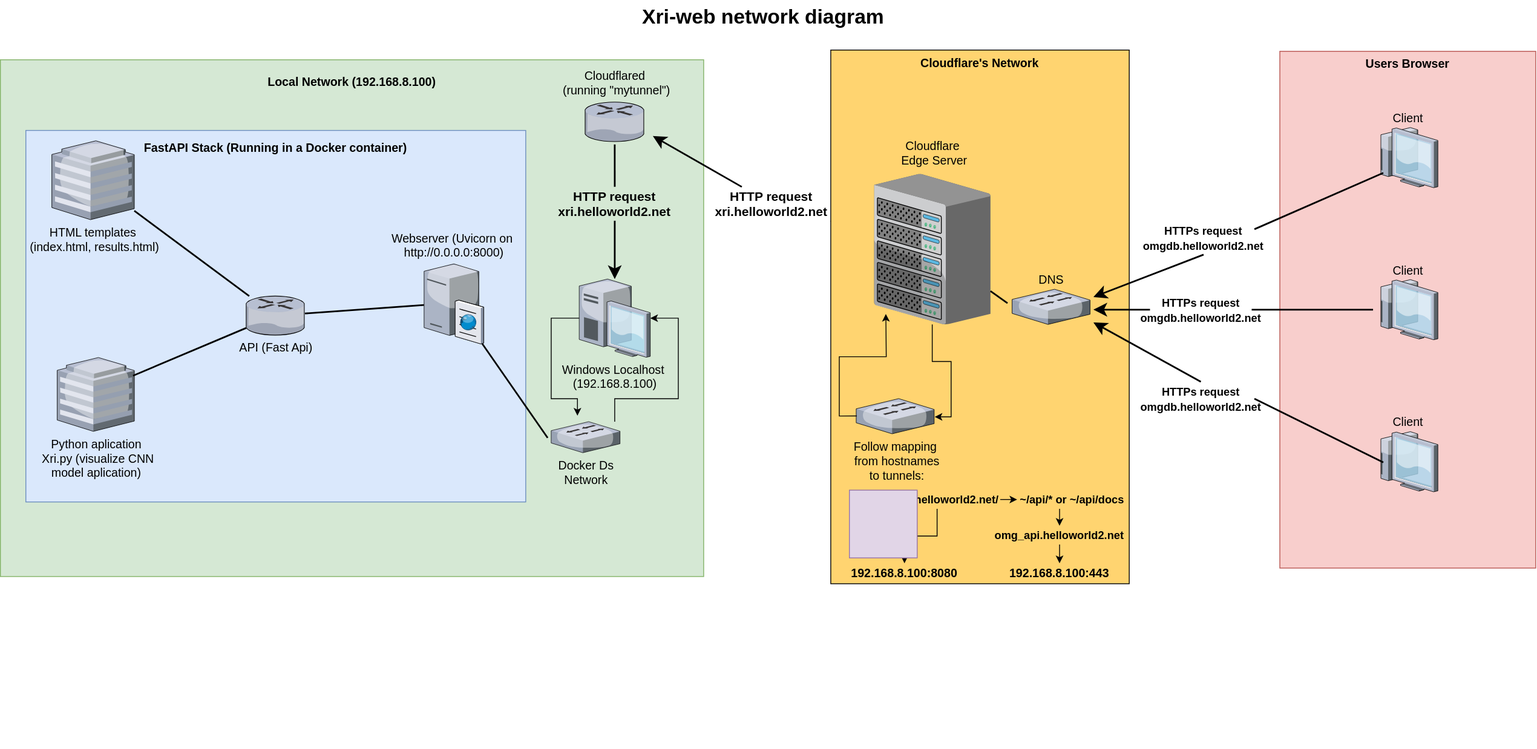
Above: blueprint/network-diagram.drawio.svg in jmsaRuc/CITP_Portfolio_Project (draw.io), before the change. Source tidied: cells renumbered, new cells last; positions are measured from the earlier drawing's top-left corner, leaving out a move shared by most shapes.
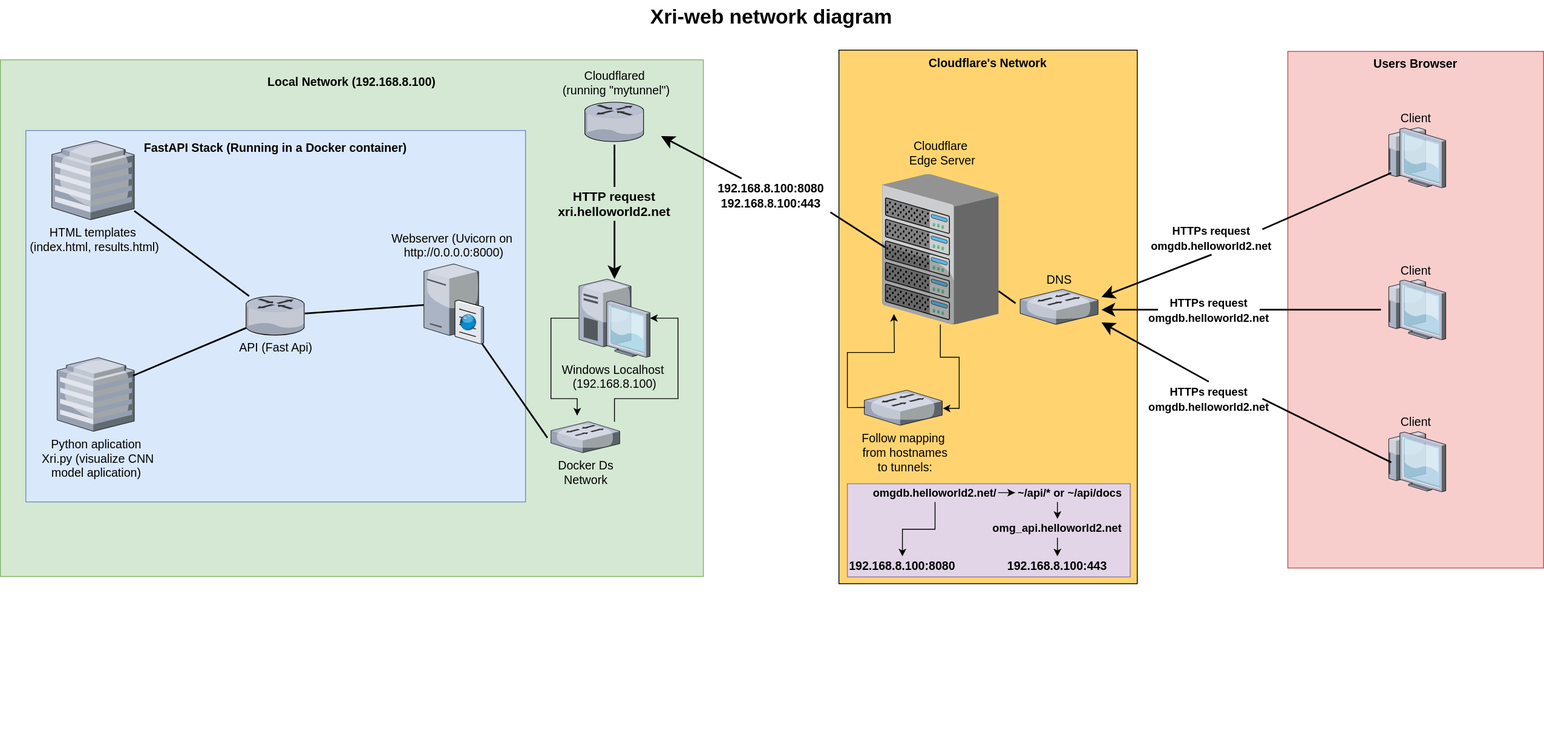
The same file after the commit.

The edit, as a diff of the source:
```diff
@@ -23,7 +23,7 @@
       </mxGeometry>
     </mxCell>
     <mxCell id="8" style="group;" parent="1" vertex="1">
-      <mxGeometry y="70" width="830" height="813.4" as="geometry" />
+      <mxGeometry x="-10" y="70" width="830" height="813.4" as="geometry" />
     </mxCell>
     <mxCell id="9" value="&lt;h4 style=&quot;line-height: 0%;&quot;&gt;Local Network (192.168.8.100)&lt;/h4&gt;" style="whiteSpace=wrap;html=1;fillColor=#d5e8d4;fontSize=14;strokeColor=#82b366;verticalAlign=top;" parent="8" vertex="1">
       <mxGeometry width="830" height="610" as="geometry" />
@@ -100,12 +100,9 @@
     <mxCell id="28" value="Xri-web network diagram" style="text;strokeColor=none;fillColor=none;html=1;fontSize=24;fontStyle=1;verticalAlign=middle;align=center;" parent="1" vertex="1">
       <mxGeometry x="469" width="861" height="40" as="geometry" />
     </mxCell>
-    <mxCell id="29" value="HTTP request&lt;br&gt;xri.helloworld2.net" style="text;html=1;strokeColor=none;fillColor=none;align=center;verticalAlign=middle;whiteSpace=wrap;rounded=0;fontStyle=1;fontSize=15;" parent="1" vertex="1">
-      <mxGeometry x="840" y="220" width="140" height="40" as="geometry" />
+    <mxCell id="29" value="&lt;b style=&quot;font-size: 14px;&quot;&gt;192.168.8.100:8080&lt;/b&gt;&lt;br style=&quot;font-size: 13px;&quot;&gt;&lt;b style=&quot;font-size: 14px;&quot;&gt;192.168.8.100:443&lt;/b&gt;" style="text;html=1;strokeColor=none;fillColor=none;align=center;verticalAlign=middle;whiteSpace=wrap;rounded=0;fontStyle=1;fontSize=15;" parent="1" vertex="1">
+      <mxGeometry x="830" y="210" width="140" height="40" as="geometry" />
     </mxCell>
-    <mxCell id="30" style="edgeStyle=none;rounded=0;html=1;startSize=10;endSize=10;jettySize=auto;fontSize=14;endArrow=none;endFill=0;strokeWidth=2;entryX=0.025;entryY=0.487;entryDx=0;entryDy=0;entryPerimeter=0;exitX=1;exitY=1;exitDx=0;exitDy=0;" parent="1" edge="1" source="29" target="34">
-      <mxGeometry relative="1" as="geometry" />
-    </mxCell>
     <mxCell id="31" style="edgeStyle=none;rounded=0;html=1;startSize=10;endSize=10;jettySize=auto;fontSize=14;endArrow=classic;endFill=1;strokeWidth=2;exitX=0.25;exitY=0;exitDx=0;exitDy=0;" parent="1" edge="1" source="29">
       <mxGeometry relative="1" as="geometry">
         <mxPoint x="770" y="160" as="targetPoint" />
@@ -121,7 +118,7 @@
       <mxGeometry x="1031" y="204.9" width="137.5" height="177.5" as="geometry" />
     </mxCell>
     <mxCell id="35" value="Follow mapping&lt;br&gt;&amp;nbsp;from hostnames&lt;br&gt;&amp;nbsp;to tunnels:" style="verticalLabelPosition=bottom;html=1;verticalAlign=top;strokeColor=none;shape=mxgraph.citrix.switch;fillColor=#66B2FF;gradientColor=#0066CC;fontSize=14;" parent="1" vertex="1">
-      <mxGeometry x="1010" y="470" width="92" height="41.5" as="geometry" />
+      <mxGeometry x="1010" y="460" width="92" height="41.5" as="geometry" />
     </mxCell>
     <mxCell id="36" style="edgeStyle=orthogonalEdgeStyle;rounded=0;jettySize=auto;html=1;exitX=0.008;exitY=0.493;exitDx=0;exitDy=0;exitPerimeter=0;" parent="1" edge="1" source="35">
       <mxGeometry relative="1" as="geometry">
@@ -131,15 +128,6 @@
     <mxCell id="37" style="edgeStyle=none;rounded=0;html=1;startSize=10;endSize=10;jettySize=auto;fontSize=14;endArrow=none;endFill=0;strokeWidth=2;entryX=-0.059;entryY=0.398;entryDx=0;entryDy=0;entryPerimeter=0;" parent="1" edge="1" source="34" target="33">
       <mxGeometry relative="1" as="geometry" />
     </mxCell>
-    <mxCell id="38" value="&lt;span style=&quot;font-size: 14px; background-color: initial;&quot;&gt;&lt;b&gt;192.168.8.100:8080&lt;/b&gt;&lt;/span&gt;&lt;span style=&quot;font-size: 14px;&quot;&gt;&lt;b&gt;&lt;br&gt;&lt;/b&gt;&lt;/span&gt;" style="text;html=1;strokeColor=none;fillColor=none;align=center;verticalAlign=middle;whiteSpace=wrap;rounded=0;" parent="1" vertex="1">
-      <mxGeometry x="1002" y="664.2" width="130" height="24.2" as="geometry" />
-    </mxCell>
-    <mxCell id="39" style="edgeStyle=orthogonalEdgeStyle;rounded=0;jettySize=auto;html=1;entryX=0.5;entryY=0;entryDx=0;entryDy=0;" parent="1" edge="1" source="40" target="38">
-      <mxGeometry relative="1" as="geometry" />
-    </mxCell>
-    <mxCell id="40" value="&lt;span style=&quot;font-size: 13px; font-weight: 700;&quot;&gt;omgdb.helloworld2.net/&lt;/span&gt;" style="text;html=1;strokeColor=none;fillColor=none;align=center;verticalAlign=middle;whiteSpace=wrap;rounded=0;" parent="1" vertex="1">
-      <mxGeometry x="1031" y="578" width="149" height="22.1" as="geometry" />
-    </mxCell>
     <mxCell id="41" style="edgeStyle=none;rounded=0;html=1;startSize=10;endSize=10;jettySize=auto;fontSize=14;endArrow=classic;endFill=1;strokeWidth=2;exitX=0.5;exitY=1;exitDx=0;exitDy=0;" parent="1" edge="1" source="47">
       <mxGeometry relative="1" as="geometry">
         <mxPoint x="1290" y="350" as="targetPoint" />
@@ -168,34 +156,49 @@
     <mxCell id="48" style="edgeStyle=none;rounded=0;html=1;startSize=10;endSize=10;jettySize=auto;fontSize=14;endArrow=none;endFill=0;strokeWidth=2;entryX=0.093;entryY=0.753;entryDx=0;entryDy=0;entryPerimeter=0;exitX=1;exitY=0.25;exitDx=0;exitDy=0;" parent="1" edge="1" source="47" target="6">
       <mxGeometry relative="1" as="geometry" />
     </mxCell>
+    <mxCell id="55" style="edgeStyle=orthogonalEdgeStyle;rounded=0;jettySize=auto;html=1;entryX=1.007;entryY=0.519;entryDx=0;entryDy=0;entryPerimeter=0;" parent="1" edge="1" source="34" target="35">
+      <mxGeometry relative="1" as="geometry" />
+    </mxCell>
+    <mxCell id="57" style="group;" parent="1" vertex="1">
+      <mxGeometry x="990" y="570" width="334" height="110.5" as="geometry" />
+    </mxCell>
+    <mxCell id="58" style="rounded=0;whiteSpace=wrap;html=1;fillColor=#e1d5e7;strokeColor=light-dark(#9673A6,#CDA2BE);" parent="57" vertex="1">
+      <mxGeometry y="0.5" width="334" height="110" as="geometry" />
+    </mxCell>
+    <mxCell id="38" value="&lt;span style=&quot;font-size: 14px; background-color: initial;&quot;&gt;&lt;b&gt;192.168.8.100:8080&lt;/b&gt;&lt;/span&gt;&lt;span style=&quot;font-size: 14px;&quot;&gt;&lt;b&gt;&lt;br&gt;&lt;/b&gt;&lt;/span&gt;" style="text;html=1;strokeColor=none;fillColor=none;align=center;verticalAlign=middle;whiteSpace=wrap;rounded=0;" parent="57" vertex="1">
+      <mxGeometry y="86.2" width="130" height="24.2" as="geometry" />
+    </mxCell>
+    <mxCell id="39" style="edgeStyle=orthogonalEdgeStyle;rounded=0;jettySize=auto;html=1;entryX=0.5;entryY=0;entryDx=0;entryDy=0;" parent="57" edge="1" source="40" target="38">
+      <mxGeometry relative="1" as="geometry" />
+    </mxCell>
+    <mxCell id="59" style="edgeStyle=orthogonalEdgeStyle;rounded=0;jettySize=auto;html=1;" parent="57" edge="1" source="40" target="54">
+      <mxGeometry relative="1" as="geometry" />
+    </mxCell>
+    <mxCell id="40" value="&lt;span style=&quot;font-size: 13px; font-weight: 700;&quot;&gt;omgdb.helloworld2.net/&lt;/span&gt;" style="text;html=1;strokeColor=none;fillColor=none;align=center;verticalAlign=middle;whiteSpace=wrap;rounded=0;" parent="57" vertex="1">
+      <mxGeometry x="29" width="149" height="22.1" as="geometry" />
+    </mxCell>
-    <mxCell id="49" value="&lt;span style=&quot;font-size: 14px; background-color: initial;&quot;&gt;&lt;b&gt;192.168.8.100:443&lt;/b&gt;&lt;/span&gt;&lt;span style=&quot;font-size: 14px;&quot;&gt;&lt;b&gt;&lt;br&gt;&lt;/b&gt;&lt;/span&gt;" style="text;html=1;strokeColor=none;fillColor=none;align=center;verticalAlign=middle;whiteSpace=wrap;rounded=0;" parent="1" vertex="1">
-      <mxGeometry x="1185" y="664.2" width="130" height="24.2" as="geometry" />
+    <mxCell id="49" value="&lt;span style=&quot;font-size: 14px; background-color: initial;&quot;&gt;&lt;b&gt;192.168.8.100:443&lt;/b&gt;&lt;/span&gt;&lt;span style=&quot;font-size: 14px;&quot;&gt;&lt;b&gt;&lt;br&gt;&lt;/b&gt;&lt;/span&gt;" style="text;html=1;strokeColor=none;fillColor=none;align=center;verticalAlign=middle;whiteSpace=wrap;rounded=0;" parent="57" vertex="1">
+      <mxGeometry x="183" y="86.2" width="130" height="24.2" as="geometry" />
     </mxCell>
-    <mxCell id="50" style="edgeStyle=orthogonalEdgeStyle;rounded=0;jettySize=auto;html=1;entryX=0.5;entryY=0;entryDx=0;entryDy=0;" parent="1" edge="1" source="51" target="49">
+    <mxCell id="50" style="edgeStyle=orthogonalEdgeStyle;rounded=0;jettySize=auto;html=1;entryX=0.5;entryY=0;entryDx=0;entryDy=0;" parent="57" edge="1" source="51" target="49">
       <mxGeometry relative="1" as="geometry" />
     </mxCell>
-    <mxCell id="51" value="&lt;span style=&quot;font-size: 13px;&quot;&gt;&lt;b&gt;omg_api.helloworld2.net&lt;/b&gt;&lt;/span&gt;" style="text;html=1;strokeColor=none;fillColor=none;align=center;verticalAlign=middle;whiteSpace=wrap;rounded=0;" parent="1" vertex="1">
-      <mxGeometry x="1165" y="620" width="170" height="22.1" as="geometry" />
+    <mxCell id="51" value="&lt;span style=&quot;font-size: 13px;&quot;&gt;&lt;b&gt;omg_api.helloworld2.net&lt;/b&gt;&lt;/span&gt;" style="text;html=1;strokeColor=none;fillColor=none;align=center;verticalAlign=middle;whiteSpace=wrap;rounded=0;" parent="57" vertex="1">
+      <mxGeometry x="163" y="42" width="170" height="22.1" as="geometry" />
     </mxCell>
-    <mxCell id="52" style="edgeStyle=orthogonalEdgeStyle;rounded=0;jettySize=auto;html=1;entryX=1;entryY=0.5;entryDx=0;entryDy=0;startArrow=classic;startFill=1;endArrow=none;endFill=0;" parent="1" edge="1" source="54" target="40">
-      <mxGeometry relative="1" as="geometry" />
-    </mxCell>
-    <mxCell id="53" style="edgeStyle=orthogonalEdgeStyle;rounded=0;jettySize=auto;html=1;entryX=0.5;entryY=0;entryDx=0;entryDy=0;" parent="1" edge="1" source="54" target="51">
+    <mxCell id="53" style="edgeStyle=orthogonalEdgeStyle;rounded=0;jettySize=auto;html=1;entryX=0.5;entryY=0;entryDx=0;entryDy=0;" parent="57" edge="1" source="54" target="51">
       <mxGeometry relative="1" as="geometry">
         <Array as="points">
-          <mxPoint x="1250" y="610" />
-          <mxPoint x="1250" y="610" />
+          <mxPoint x="248" y="32" />
+          <mxPoint x="248" y="32" />
         </Array>
       </mxGeometry>
     </mxCell>
-    <mxCell id="54" value="&lt;span style=&quot;font-size: 13px;&quot;&gt;&lt;b&gt;~/api/* or ~/api/docs&lt;/b&gt;&lt;/span&gt;" style="text;html=1;strokeColor=none;fillColor=none;align=center;verticalAlign=middle;whiteSpace=wrap;rounded=0;" parent="1" vertex="1">
-      <mxGeometry x="1200" y="578" width="130" height="22.1" as="geometry" />
+    <mxCell id="54" value="&lt;span style=&quot;font-size: 13px;&quot;&gt;&lt;b&gt;~/api/* or ~/api/docs&lt;/b&gt;&lt;/span&gt;" style="text;html=1;strokeColor=none;fillColor=none;align=center;verticalAlign=middle;whiteSpace=wrap;rounded=0;" parent="57" vertex="1">
+      <mxGeometry x="198" width="130" height="22.1" as="geometry" />
     </mxCell>
-    <mxCell id="55" style="edgeStyle=orthogonalEdgeStyle;rounded=0;jettySize=auto;html=1;entryX=1.007;entryY=0.519;entryDx=0;entryDy=0;entryPerimeter=0;" parent="1" edge="1" source="34" target="35">
-      <mxGeometry relative="1" as="geometry" />
-    </mxCell>
-    <mxCell id="56" style="whiteSpace=wrap;html=1;fillColor=#e1d5e7;strokeColor=#9673a6;" parent="1" vertex="1">
-      <mxGeometry x="1002" y="578" width="80" height="80" as="geometry" />
-    </mxCell>
+    <mxCell id="30" style="edgeStyle=none;rounded=0;html=1;startSize=10;endSize=10;jettySize=auto;fontSize=14;endArrow=none;endFill=0;strokeWidth=2;entryX=0.025;entryY=0.487;entryDx=0;entryDy=0;entryPerimeter=0;exitX=1;exitY=1;exitDx=0;exitDy=0;" parent="1" edge="1" source="29" target="34">
+      <mxGeometry relative="1" as="geometry" />
+    </mxCell>
   </root>
 </mxGraphModel>
```
